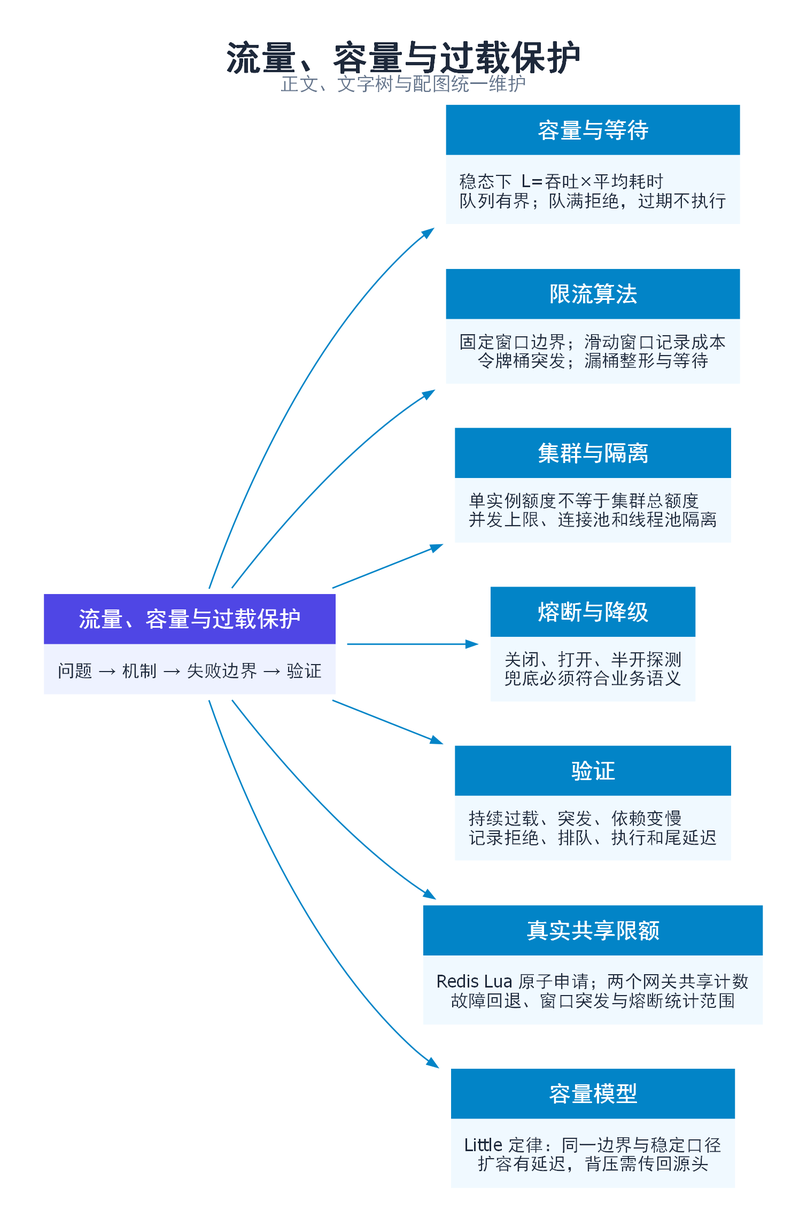
zingerWang/Jobs keeps this Graphviz diagram as 分布式系统/images/topic-10-mindmap.png. Above is the earlier version. Its source is kept beside it as 分布式系统/images/topic-10-mindmap.dot.
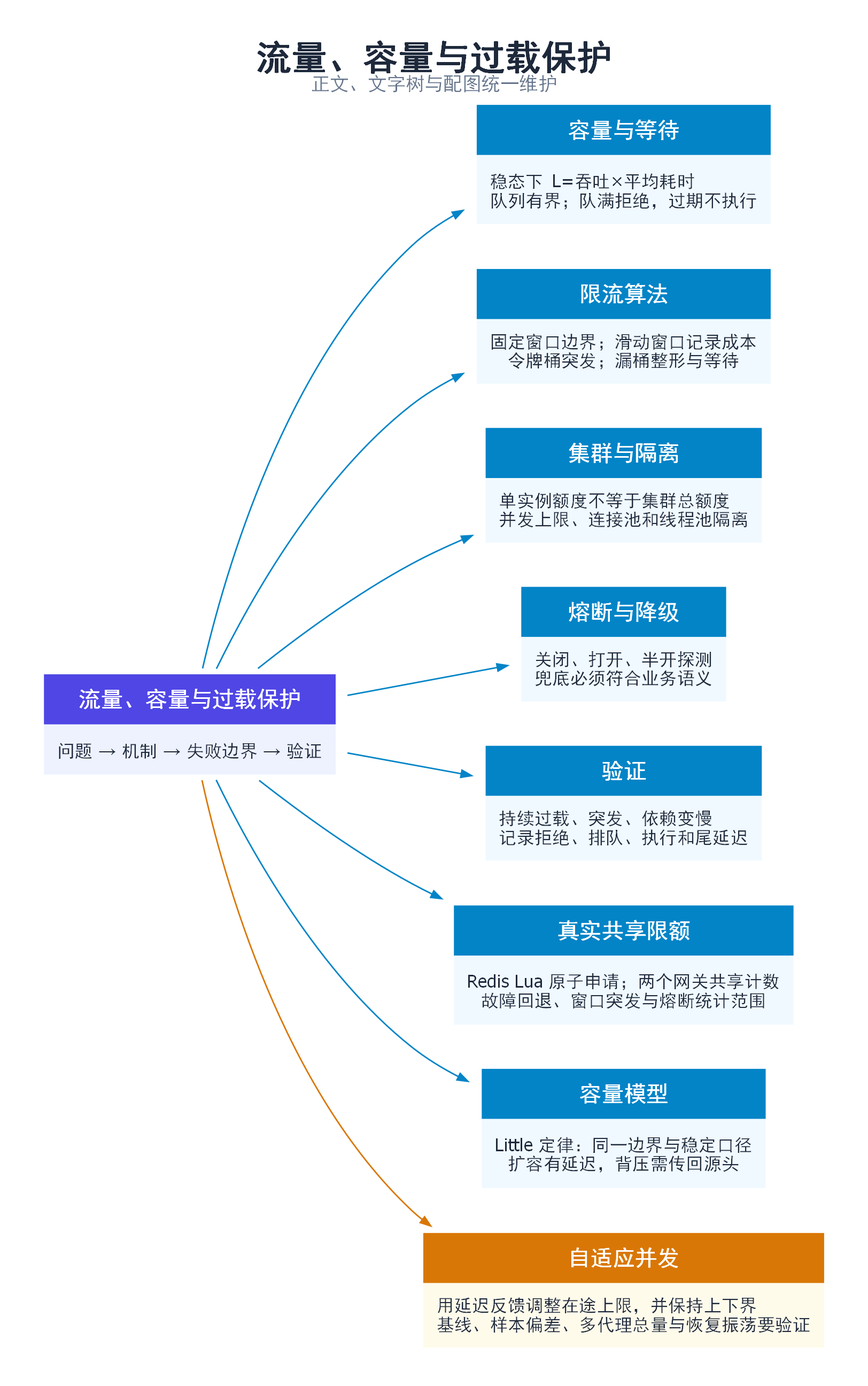
The same file after the commit.

The edit, as a diff of the source:
```diff
@@ -17,4 +17,6 @@
 root -> n4;
 root -> n5;
 root -> n6;
+engineering [label=<<TABLE BORDER="0" CELLBORDER="0" CELLSPACING="0" CELLPADDING="9"><TR><TD BGCOLOR="#D97706"><FONT COLOR="white" POINT-SIZE="15"><B>自适应并发</B></FONT></TD></TR><TR><TD BGCOLOR="#FFFBEB" ALIGN="LEFT"><FONT COLOR="#1E293B" POINT-SIZE="12">用延迟反馈调整在途上限，并保持上下界<BR ALIGN="LEFT"/>基线、样本偏差、多代理总量与恢复振荡要验证</FONT></TD></TR></TABLE>>];
+root -> engineering [color="#D97706",fontcolor="#D97706"];
 }
```
